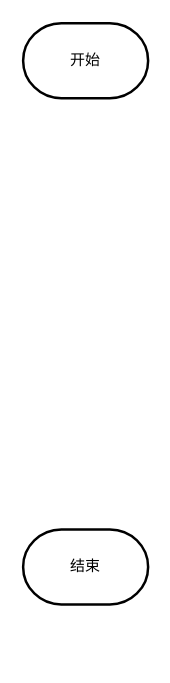
Above: mbse/条目引用流程.drawio in ColinCongDu/chart (draw.io), before the change. Source tidied: cells renumbered, new cells numbered last; positions are measured from the earlier drawing's top-left corner, leaving out a move shared by most shapes. Both pictures are drawn from the tidied source at 125%, with x=0, y=0 at pixel (22, 22).
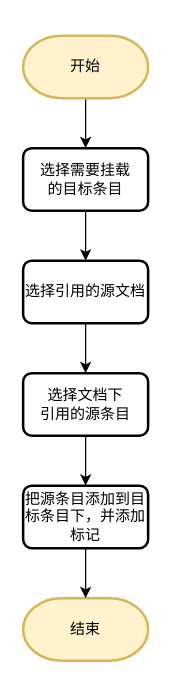
Above is the later version.

Commit message (it also covers changes not shown here):
更新条目引用流程.drawio

Diff of the diagram source:
```diff
@@
 <mxGraphModel>
   <root>
     <mxCell id="0" />
     <mxCell id="1" parent="0" />
+    <mxCell id="4" style="edgeStyle=orthogonalEdgeStyle;rounded=0;jettySize=auto;html=1;" parent="1" edge="1" source="2" target="10">
+      <mxGeometry relative="1" as="geometry" />
+    </mxCell>
-    <mxCell id="2" value="开始" style="strokeWidth=2;html=1;shape=mxgraph.flowchart.terminator;whiteSpace=wrap;" parent="1" vertex="1">
-      <mxGeometry width="100" height="60" as="geometry" />
+    <mxCell id="2" value="开始" style="strokeWidth=2;html=1;shape=mxgraph.flowchart.terminator;whiteSpace=wrap;fillColor=#fff2cc;strokeColor=#d6b656;" parent="1" vertex="1">
+      <mxGeometry y="10" width="100" height="50" as="geometry" />
     </mxCell>
-    <mxCell id="3" value="结束" style="strokeWidth=2;html=1;shape=mxgraph.flowchart.terminator;whiteSpace=wrap;" parent="1" vertex="1">
-      <mxGeometry y="405" width="100" height="60" as="geometry" />
+    <mxCell id="3" value="结束" style="strokeWidth=2;html=1;shape=mxgraph.flowchart.terminator;whiteSpace=wrap;fillColor=#fff2cc;strokeColor=#d6b656;" parent="1" vertex="1">
+      <mxGeometry y="460" width="100" height="50" as="geometry" />
     </mxCell>
+    <mxCell id="5" style="edgeStyle=orthogonalEdgeStyle;rounded=0;jettySize=auto;html=1;" parent="1" edge="1" source="6" target="8">
+      <mxGeometry relative="1" as="geometry" />
+    </mxCell>
+    <mxCell id="6" value="选择引用的源文档" style="rounded=1;whiteSpace=wrap;html=1;absoluteArcSize=1;arcSize=14;strokeWidth=2;" parent="1" vertex="1">
+      <mxGeometry y="190" width="100" height="50" as="geometry" />
+    </mxCell>
+    <mxCell id="7" style="edgeStyle=orthogonalEdgeStyle;rounded=0;jettySize=auto;html=1;" parent="1" edge="1" source="8" target="12">
+      <mxGeometry relative="1" as="geometry" />
+    </mxCell>
+    <mxCell id="8" value="选择文档下&lt;div&gt;引用的源条目&lt;/div&gt;" style="rounded=1;whiteSpace=wrap;html=1;absoluteArcSize=1;arcSize=14;strokeWidth=2;" parent="1" vertex="1">
+      <mxGeometry y="280" width="100" height="50" as="geometry" />
+    </mxCell>
+    <mxCell id="9" style="edgeStyle=orthogonalEdgeStyle;rounded=0;jettySize=auto;html=1;" parent="1" edge="1" source="10" target="6">
+      <mxGeometry relative="1" as="geometry" />
+    </mxCell>
+    <mxCell id="10" value="选择需要挂载&lt;div&gt;的目标条目&lt;/div&gt;" style="rounded=1;whiteSpace=wrap;html=1;absoluteArcSize=1;arcSize=14;strokeWidth=2;" parent="1" vertex="1">
+      <mxGeometry y="100" width="100" height="50" as="geometry" />
+    </mxCell>
+    <mxCell id="11" style="edgeStyle=orthogonalEdgeStyle;rounded=0;jettySize=auto;html=1;" parent="1" edge="1" source="12" target="3">
+      <mxGeometry relative="1" as="geometry" />
+    </mxCell>
+    <mxCell id="12" value="&lt;div&gt;把源条目添加到目标条目下，并添加标记&lt;/div&gt;" style="rounded=1;whiteSpace=wrap;html=1;absoluteArcSize=1;arcSize=14;strokeWidth=2;" parent="1" vertex="1">
+      <mxGeometry y="370" width="100" height="50" as="geometry" />
+    </mxCell>
   </root>
 </mxGraphModel>
```
